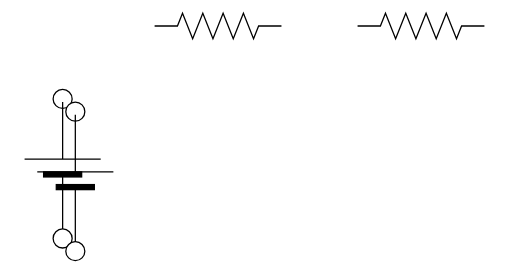
Above: GS_Mecatronica/2º Año/Sistemas eléctricos y electrónicos/Corriente continua/Untitled Diagram.svg in recio24/Obsidian-vault (draw.io), before the change. Source tidied: cells renumbered, new cells last; positions are measured from the earlier drawing's top-left corner, leaving out a move shared by most shapes. Its diagram source:
```xml
<mxGraphModel>
  <root>
    <mxCell id="0" />
    <mxCell id="1" parent="0" />
    <mxCell id="2" style="verticalLabelPosition=bottom;shadow=0;dashed=0;align=center;html=1;verticalAlign=top;strokeWidth=1;shape=ellipse;perimeter=ellipsePerimeter;" parent="1" vertex="1">
      <mxGeometry x="42" y="60" width="15" height="15" as="geometry" />
    </mxCell>
    <mxCell id="3" style="verticalLabelPosition=bottom;shadow=0;dashed=0;align=center;html=1;verticalAlign=top;strokeWidth=1;shape=ellipse;perimeter=ellipsePerimeter;" parent="1" vertex="1">
      <mxGeometry x="42" y="170" width="15" height="15" as="geometry" />
    </mxCell>
    <mxCell id="4" style="verticalLabelPosition=bottom;shadow=0;dashed=0;align=center;fillColor=strokeColor;html=1;verticalAlign=top;strokeWidth=1;shape=mxgraph.electrical.miscellaneous.monocell_battery;rotation=-90;" parent="1" vertex="1">
      <mxGeometry x="-0.5" y="90" width="100" height="60" as="geometry" />
    </mxCell>
    <mxCell id="5" style="verticalLabelPosition=bottom;shadow=0;dashed=0;align=center;html=1;verticalAlign=top;shape=mxgraph.electrical.resistors.resistor_2;" parent="1" vertex="1">
      <mxGeometry x="122" width="100" height="20" as="geometry" />
    </mxCell>
    <mxCell id="6" style="verticalLabelPosition=bottom;shadow=0;dashed=0;align=center;html=1;verticalAlign=top;shape=mxgraph.electrical.resistors.resistor_2;" parent="1" vertex="1">
      <mxGeometry x="282" width="100" height="20" as="geometry" />
    </mxCell>
    <mxCell id="7" style="verticalLabelPosition=bottom;shadow=0;dashed=0;align=center;html=1;verticalAlign=top;strokeWidth=1;shape=ellipse;perimeter=ellipsePerimeter;" parent="1" vertex="1">
      <mxGeometry x="52" y="70" width="15" height="15" as="geometry" />
    </mxCell>
    <mxCell id="8" style="verticalLabelPosition=bottom;shadow=0;dashed=0;align=center;html=1;verticalAlign=top;strokeWidth=1;shape=ellipse;perimeter=ellipsePerimeter;" parent="1" vertex="1">
      <mxGeometry x="52" y="180" width="15" height="15" as="geometry" />
    </mxCell>
    <mxCell id="9" style="verticalLabelPosition=bottom;shadow=0;dashed=0;align=center;fillColor=strokeColor;html=1;verticalAlign=top;strokeWidth=1;shape=mxgraph.electrical.miscellaneous.monocell_battery;rotation=-90;" parent="1" vertex="1">
      <mxGeometry x="9.5" y="100" width="100" height="60" as="geometry" />
    </mxCell>
  </root>
</mxGraphModel>
```
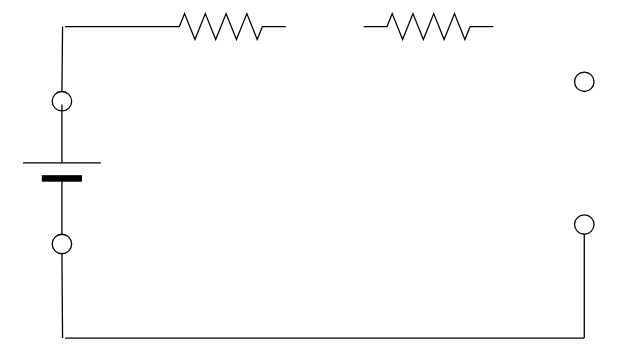
After the commit.

Commit message:
vault backup: 2025-11-12 11:04:26

Diff of the diagram source:
```diff
@@ -18,13 +18,38 @@
       <mxGeometry x="282" width="100" height="20" as="geometry" />
     </mxCell>
     <mxCell id="7" style="verticalLabelPosition=bottom;shadow=0;dashed=0;align=center;html=1;verticalAlign=top;strokeWidth=1;shape=ellipse;perimeter=ellipsePerimeter;" parent="1" vertex="1">
-      <mxGeometry x="52" y="70" width="15" height="15" as="geometry" />
+      <mxGeometry x="444.5" y="45" width="15" height="15" as="geometry" />
     </mxCell>
     <mxCell id="8" style="verticalLabelPosition=bottom;shadow=0;dashed=0;align=center;html=1;verticalAlign=top;strokeWidth=1;shape=ellipse;perimeter=ellipsePerimeter;" parent="1" vertex="1">
-      <mxGeometry x="52" y="180" width="15" height="15" as="geometry" />
+      <mxGeometry x="444.5" y="155" width="15" height="15" as="geometry" />
     </mxCell>
-    <mxCell id="9" style="verticalLabelPosition=bottom;shadow=0;dashed=0;align=center;fillColor=strokeColor;html=1;verticalAlign=top;strokeWidth=1;shape=mxgraph.electrical.miscellaneous.monocell_battery;rotation=-90;" parent="1" vertex="1">
-      <mxGeometry x="9.5" y="100" width="100" height="60" as="geometry" />
-    </mxCell>
+    <mxCell id="10" style="endArrow=none;html=1;" parent="1" edge="1">
+      <mxGeometry relative="1" as="geometry">
+        <mxPoint x="50" y="250" as="sourcePoint" />
+        <mxPoint x="49.5" y="185" as="targetPoint" />
+      </mxGeometry>
+    </mxCell>
+    <mxCell id="11" style="endArrow=none;html=1;" parent="1" edge="1">
+      <mxGeometry relative="1" as="geometry">
+        <mxPoint x="52" y="250" as="sourcePoint" />
+        <mxPoint x="452" y="250" as="targetPoint" />
+      </mxGeometry>
+    </mxCell>
+    <mxCell id="12" style="endArrow=none;html=1;entryX=0.5;entryY=1;entryDx=0;entryDy=0;" parent="1" edge="1" target="8">
+      <mxGeometry relative="1" as="geometry">
+        <mxPoint x="452" y="250" as="sourcePoint" />
+      </mxGeometry>
+    </mxCell>
+    <mxCell id="13" style="endArrow=none;html=1;" parent="1" edge="1">
+      <mxGeometry relative="1" as="geometry">
+        <mxPoint x="52" y="10" as="sourcePoint" />
+        <mxPoint x="122" y="10" as="targetPoint" />
+      </mxGeometry>
+    </mxCell>
+    <mxCell id="14" style="endArrow=none;html=1;entryX=0.5;entryY=0;entryDx=0;entryDy=0;" parent="1" edge="1" target="2">
+      <mxGeometry relative="1" as="geometry">
+        <mxPoint x="50" y="10" as="sourcePoint" />
+      </mxGeometry>
+    </mxCell>
   </root>
 </mxGraphModel>
```
